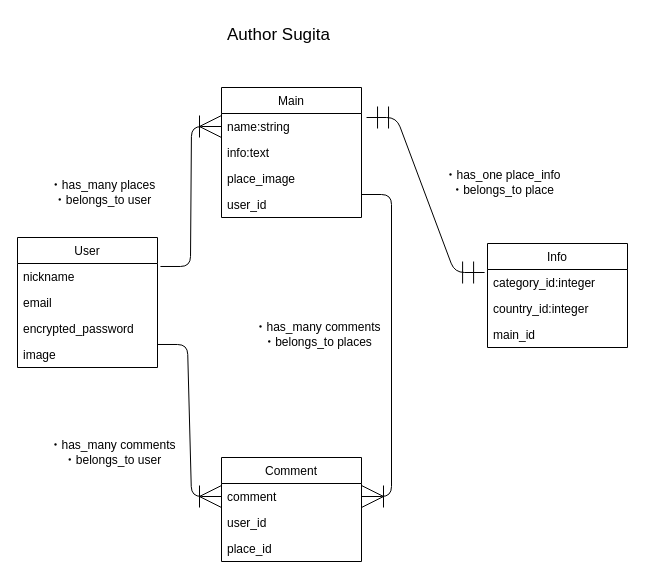
Above: app.dio in daikichi86/original2 (draw.io), before the change. Source tidied: cells renumbered, new cells numbered last; positions are measured from the earlier drawing's top-left corner, leaving out a move shared by most shapes. Both pictures are drawn from the tidied source at 100%, with x=0, y=0 at pixel (17, 17).
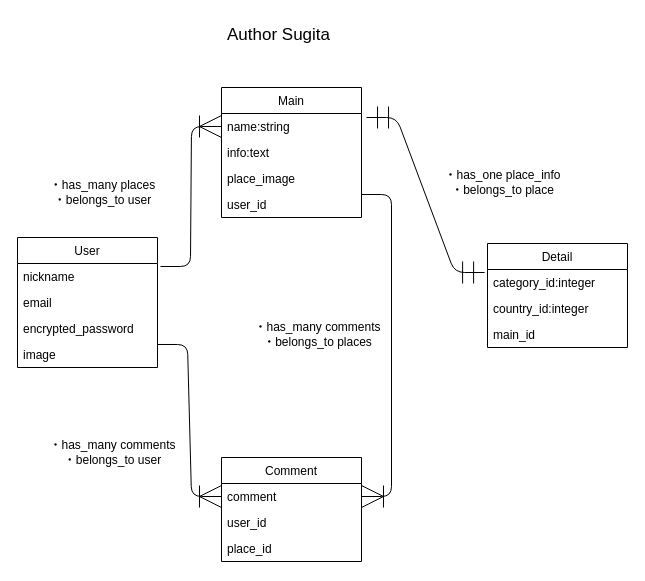
Above is the later version.

Diff of the diagram source:
```diff
@@
-    <mxCell id="12" value="Info" style="swimlane;fontStyle=0;horizontal=1;startSize=26;fillColor=none;" parent="1" vertex="1">
+    <mxCell id="12" value="Detail" style="swimlane;fontStyle=0;horizontal=1;startSize=26;fillColor=none;" parent="1" vertex="1">
       <mxGeometry x="470" y="226" width="140" height="104" as="geometry" />
     </mxCell>
```
